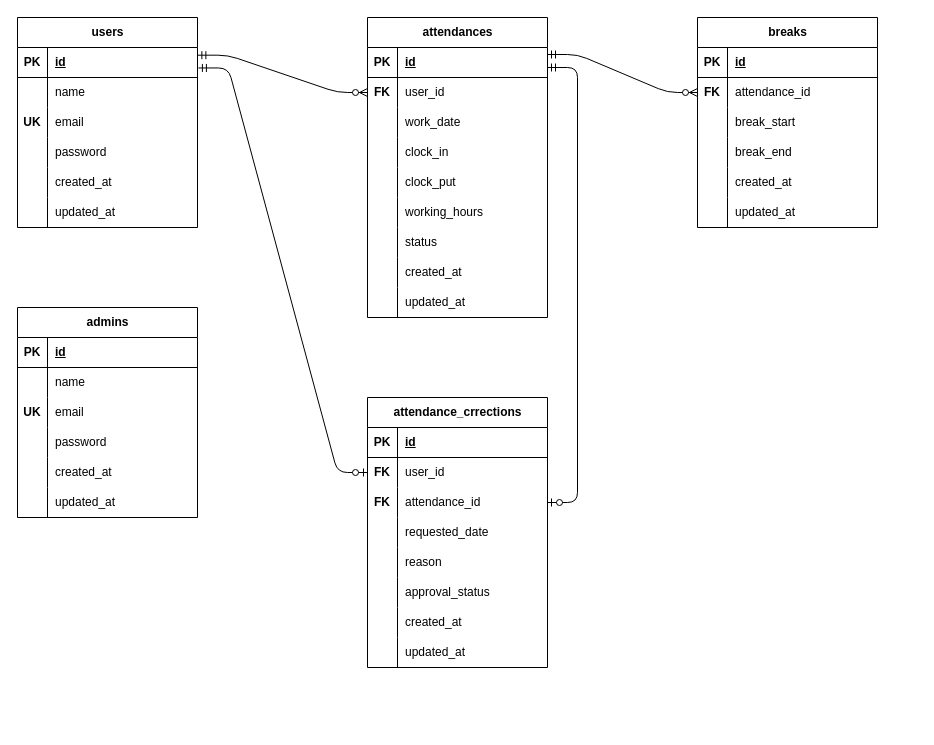
Before: erd.drawio in hktooooo/kintai-app, a draw.io diagram. Source tidied: cells renumbered, new cells numbered last; positions are measured from the earlier drawing's top-left corner, leaving out a move shared by most shapes. Both pictures are drawn from the tidied source at 100%, with x=0, y=0 at pixel (17, 17).
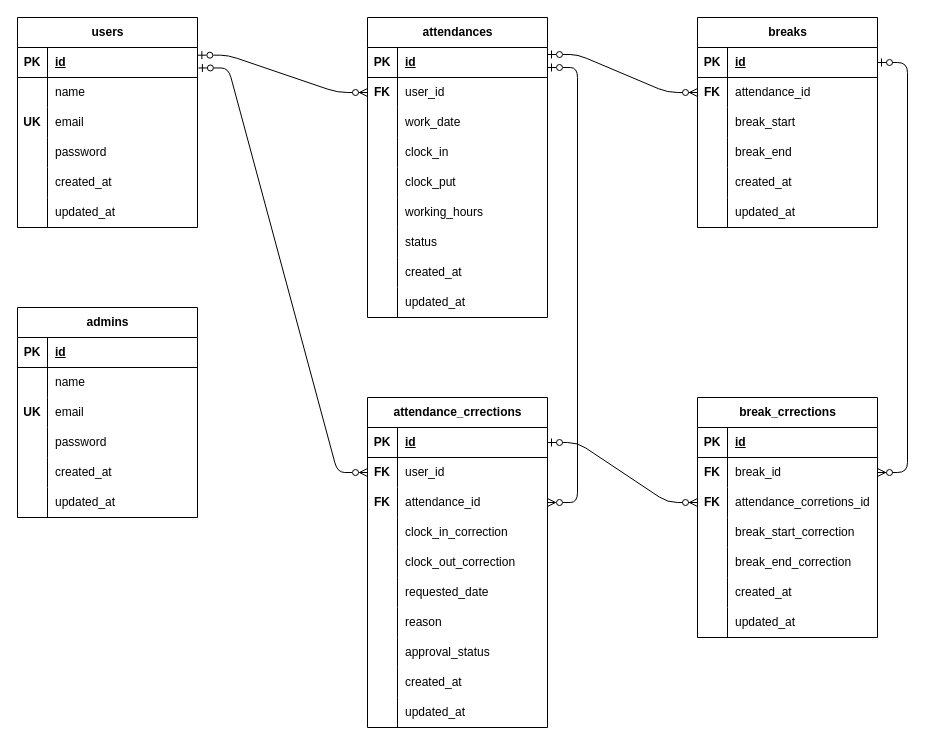
The same diagram, later.

The change refers to these unchanged cells:
```xml
<mxCell id="3" style="shape=tableRow;horizontal=0;startSize=0;swimlaneHead=0;swimlaneBody=0;fillColor=none;points=[[0,0.5],[1,0.5]];portConstraint=eastwest;top=0;left=0;right=0;bottom=1;" parent="2" vertex="1">
  <mxGeometry y="30" width="180" height="30" as="geometry" />
</mxCell>
<mxCell id="25" style="shape=tableRow;horizontal=0;startSize=0;swimlaneHead=0;swimlaneBody=0;fillColor=none;points=[[0,0.5],[1,0.5]];portConstraint=eastwest;top=0;left=0;right=0;bottom=0;" parent="21" vertex="1">
  <mxGeometry y="60" width="180" height="30" as="geometry" />
</mxCell>
<mxCell id="50" style="shape=tableRow;horizontal=0;startSize=0;swimlaneHead=0;swimlaneBody=0;fillColor=none;points=[[0,0.5],[1,0.5]];portConstraint=eastwest;top=0;left=0;right=0;bottom=1;" parent="49" vertex="1">
  <mxGeometry y="30" width="180" height="30" as="geometry" />
</mxCell>
<mxCell id="53" style="shape=tableRow;horizontal=0;startSize=0;swimlaneHead=0;swimlaneBody=0;fillColor=none;points=[[0,0.5],[1,0.5]];portConstraint=eastwest;top=0;left=0;right=0;bottom=0;" parent="49" vertex="1">
  <mxGeometry y="60" width="180" height="30" as="geometry" />
</mxCell>
<mxCell id="69" style="shape=tableRow;horizontal=0;startSize=0;swimlaneHead=0;swimlaneBody=0;fillColor=none;points=[[0,0.5],[1,0.5]];portConstraint=eastwest;top=0;left=0;right=0;bottom=1;" parent="68" vertex="1">
  <mxGeometry y="30" width="180" height="30" as="geometry" />
</mxCell>
<mxCell id="75" style="shape=tableRow;horizontal=0;startSize=0;swimlaneHead=0;swimlaneBody=0;fillColor=none;points=[[0,0.5],[1,0.5]];portConstraint=eastwest;top=0;left=0;right=0;bottom=0;" parent="68" vertex="1">
  <mxGeometry y="90" width="180" height="30" as="geometry" />
</mxCell>
```

What changed in the source:
```diff
@@
     <mxCell id="68" value="attendance_crrections" style="shape=table;startSize=30;childLayout=tableLayout;rowLines=0;fontStyle=1;align=center;html=1;" parent="1" vertex="1">
-      <mxGeometry x="350" y="380" width="180" height="270" as="geometry" />
+      <mxGeometry x="350" y="380" width="180" height="330" as="geometry" />
     </mxCell>
@@
+    <mxCell id="116" style="shape=tableRow;horizontal=0;startSize=0;swimlaneHead=0;swimlaneBody=0;fillColor=none;top=0;left=0;right=0;bottom=0;" parent="68" vertex="1">
+      <mxGeometry y="120" width="180" height="30" as="geometry" />
+    </mxCell>
+    <mxCell id="117" style="shape=partialRectangle;fillColor=none;top=0;left=0;bottom=0;right=0;overflow=hidden;whiteSpace=wrap;html=1;" parent="116" vertex="1">
+      <mxGeometry width="30" height="30" as="geometry" />
+    </mxCell>
+    <mxCell id="118" value="clock_in_correction" style="shape=partialRectangle;fillColor=none;top=0;left=0;bottom=0;right=0;align=left;spacingLeft=6;overflow=hidden;whiteSpace=wrap;html=1;" parent="116" vertex="1">
+      <mxGeometry x="30" width="150" height="30" as="geometry" />
+    </mxCell>
+    <mxCell id="119" style="shape=tableRow;horizontal=0;startSize=0;swimlaneHead=0;swimlaneBody=0;fillColor=none;top=0;left=0;right=0;bottom=0;" parent="68" vertex="1">
+      <mxGeometry y="150" width="180" height="30" as="geometry" />
+    </mxCell>
+    <mxCell id="120" style="shape=partialRectangle;fillColor=none;top=0;left=0;bottom=0;right=0;overflow=hidden;whiteSpace=wrap;html=1;" parent="119" vertex="1">
+      <mxGeometry width="30" height="30" as="geometry" />
+    </mxCell>
+    <mxCell id="121" value="clock_out_correction" style="shape=partialRectangle;fillColor=none;top=0;left=0;bottom=0;right=0;align=left;spacingLeft=6;overflow=hidden;whiteSpace=wrap;html=1;" parent="119" vertex="1">
+      <mxGeometry x="30" width="150" height="30" as="geometry" />
+    </mxCell>
     <mxCell id="78" style="shape=tableRow;horizontal=0;startSize=0;swimlaneHead=0;swimlaneBody=0;fillColor=none;top=0;left=0;right=0;bottom=0;" parent="68" vertex="1">
-      <mxGeometry y="120" width="180" height="30" as="geometry" />
+      <mxGeometry y="180" width="180" height="30" as="geometry" />
     </mxCell>
@@
     <mxCell id="81" style="shape=tableRow;horizontal=0;startSize=0;swimlaneHead=0;swimlaneBody=0;fillColor=none;top=0;left=0;right=0;bottom=0;" parent="68" vertex="1">
-      <mxGeometry y="150" width="180" height="30" as="geometry" />
+      <mxGeometry y="210" width="180" height="30" as="geometry" />
     </mxCell>
@@
     <mxCell id="84" style="shape=tableRow;horizontal=0;startSize=0;swimlaneHead=0;swimlaneBody=0;fillColor=none;top=0;left=0;right=0;bottom=0;" parent="68" vertex="1">
-      <mxGeometry y="180" width="180" height="30" as="geometry" />
+      <mxGeometry y="240" width="180" height="30" as="geometry" />
     </mxCell>
@@
     <mxCell id="87" style="shape=tableRow;horizontal=0;startSize=0;swimlaneHead=0;swimlaneBody=0;fillColor=none;top=0;left=0;right=0;bottom=0;" parent="68" vertex="1">
-      <mxGeometry y="210" width="180" height="30" as="geometry" />
+      <mxGeometry y="270" width="180" height="30" as="geometry" />
     </mxCell>
@@
     <mxCell id="90" style="shape=tableRow;horizontal=0;startSize=0;swimlaneHead=0;swimlaneBody=0;fillColor=none;top=0;left=0;right=0;bottom=0;" parent="68" vertex="1">
-      <mxGeometry y="240" width="180" height="30" as="geometry" />
+      <mxGeometry y="300" width="180" height="30" as="geometry" />
     </mxCell>
@@
-    <mxCell id="93" style="edgeStyle=entityRelationEdgeStyle;fontSize=12;html=1;endArrow=ERzeroToMany;startArrow=ERmandOne;entryX=0;entryY=0.5;entryDx=0;entryDy=0;exitX=1.002;exitY=0.256;exitDx=0;exitDy=0;exitPerimeter=0;" parent="1" edge="1" source="3" target="25">
+    <mxCell id="93" style="edgeStyle=entityRelationEdgeStyle;fontSize=12;html=1;endArrow=ERzeroToMany;startArrow=ERzeroToOne;entryX=0;entryY=0.5;entryDx=0;entryDy=0;exitX=1.002;exitY=0.256;exitDx=0;exitDy=0;exitPerimeter=0;startFill=0;" parent="1" edge="1" source="3" target="25">
       <mxGeometry relative="1" as="geometry" />
     </mxCell>
-    <mxCell id="94" style="edgeStyle=entityRelationEdgeStyle;fontSize=12;html=1;endArrow=ERzeroToMany;startArrow=ERmandOne;entryX=0;entryY=0.5;entryDx=0;entryDy=0;" parent="1" edge="1" target="53">
+    <mxCell id="94" style="edgeStyle=entityRelationEdgeStyle;fontSize=12;html=1;endArrow=ERzeroToMany;startArrow=ERzeroToOne;entryX=0;entryY=0.5;entryDx=0;entryDy=0;startFill=0;" parent="1" edge="1" target="53">
       <mxGeometry relative="1" as="geometry">
         <mxPoint x="530" y="37" as="sourcePoint" />
       </mxGeometry>
     </mxCell>
@@
-    <mxCell id="114" style="edgeStyle=entityRelationEdgeStyle;fontSize=12;html=1;endArrow=ERzeroToOne;startArrow=ERmandOne;" parent="1" edge="1" target="75">
+    <mxCell id="114" style="edgeStyle=entityRelationEdgeStyle;fontSize=12;html=1;endArrow=ERzeroToMany;startArrow=ERzeroToOne;endFill=0;startFill=0;" parent="1" edge="1" target="75">
       <mxGeometry relative="1" as="geometry">
         <mxPoint x="530" y="50" as="sourcePoint" />
       </mxGeometry>
     </mxCell>
-    <mxCell id="115" style="edgeStyle=entityRelationEdgeStyle;fontSize=12;html=1;endArrow=ERzeroToOne;startArrow=ERmandOne;exitX=1.005;exitY=0.682;exitDx=0;exitDy=0;exitPerimeter=0;" parent="1" edge="1" source="3">
+    <mxCell id="115" style="edgeStyle=entityRelationEdgeStyle;fontSize=12;html=1;endArrow=ERzeroToMany;startArrow=ERzeroToOne;exitX=1.005;exitY=0.682;exitDx=0;exitDy=0;exitPerimeter=0;endFill=0;startFill=0;" parent="1" edge="1" source="3">
       <mxGeometry relative="1" as="geometry">
         <mxPoint x="350" y="455" as="targetPoint" />
       </mxGeometry>
     </mxCell>
+    <mxCell id="122" value="break_crrections" style="shape=table;startSize=30;childLayout=tableLayout;rowLines=0;fontStyle=1;align=center;html=1;" parent="1" vertex="1">
+      <mxGeometry x="680" y="380" width="180" height="240" as="geometry" />
+    </mxCell>
+    <mxCell id="123" style="shape=tableRow;horizontal=0;startSize=0;swimlaneHead=0;swimlaneBody=0;fillColor=none;top=0;left=0;right=0;bottom=1;" parent="122" vertex="1">
+      <mxGeometry y="30" width="180" height="30" as="geometry" />
+    </mxCell>
+    <mxCell id="124" value="PK" style="shape=partialRectangle;fillColor=none;top=0;left=0;bottom=0;right=0;fontStyle=1;overflow=hidden;whiteSpace=wrap;html=1;" parent="123" vertex="1">
+      <mxGeometry width="30" height="30" as="geometry" />
+    </mxCell>
+    <mxCell id="125" value="id" style="shape=partialRectangle;fillColor=none;top=0;left=0;bottom=0;right=0;align=left;spacingLeft=6;fontStyle=5;overflow=hidden;whiteSpace=wrap;html=1;" parent="123" vertex="1">
+      <mxGeometry x="30" width="150" height="30" as="geometry" />
+    </mxCell>
+    <mxCell id="126" style="shape=tableRow;horizontal=0;startSize=0;swimlaneHead=0;swimlaneBody=0;fillColor=none;points=[[0,0.5],[1,0.5]];portConstraint=eastwest;top=0;left=0;right=0;bottom=0;" parent="122" vertex="1">
+      <mxGeometry y="60" width="180" height="30" as="geometry" />
+    </mxCell>
+    <mxCell id="127" value="&lt;b&gt;FK&lt;/b&gt;" style="shape=partialRectangle;fillColor=none;top=0;left=0;bottom=0;right=0;overflow=hidden;whiteSpace=wrap;html=1;" parent="126" vertex="1">
+      <mxGeometry width="30" height="30" as="geometry" />
+    </mxCell>
+    <mxCell id="128" value="break_id" style="shape=partialRectangle;fillColor=none;top=0;left=0;bottom=0;right=0;align=left;spacingLeft=6;overflow=hidden;whiteSpace=wrap;html=1;" parent="126" vertex="1">
+      <mxGeometry x="30" width="150" height="30" as="geometry" />
+    </mxCell>
+    <mxCell id="129" style="shape=tableRow;horizontal=0;startSize=0;swimlaneHead=0;swimlaneBody=0;fillColor=none;points=[[0,0.5],[1,0.5]];portConstraint=eastwest;top=0;left=0;right=0;bottom=0;" parent="122" vertex="1">
+      <mxGeometry y="90" width="180" height="30" as="geometry" />
+    </mxCell>
+    <mxCell id="130" value="&lt;b&gt;FK&lt;/b&gt;" style="shape=partialRectangle;fillColor=none;top=0;left=0;bottom=0;right=0;overflow=hidden;whiteSpace=wrap;html=1;" parent="129" vertex="1">
+      <mxGeometry width="30" height="30" as="geometry" />
+    </mxCell>
+    <mxCell id="131" value="&lt;span style=&quot;color: rgb(0, 0, 0);&quot;&gt;attendance_corretions_id&lt;/span&gt;" style="shape=partialRectangle;fillColor=none;top=0;left=0;bottom=0;right=0;align=left;spacingLeft=6;overflow=hidden;whiteSpace=wrap;html=1;" parent="129" vertex="1">
+      <mxGeometry x="30" width="150" height="30" as="geometry" />
+    </mxCell>
+    <mxCell id="132" style="shape=tableRow;horizontal=0;startSize=0;swimlaneHead=0;swimlaneBody=0;fillColor=none;top=0;left=0;right=0;bottom=0;" parent="122" vertex="1">
+      <mxGeometry y="120" width="180" height="30" as="geometry" />
+    </mxCell>
+    <mxCell id="133" style="shape=partialRectangle;fillColor=none;top=0;left=0;bottom=0;right=0;overflow=hidden;whiteSpace=wrap;html=1;" parent="132" vertex="1">
+      <mxGeometry width="30" height="30" as="geometry" />
+    </mxCell>
+    <mxCell id="134" value="&lt;span style=&quot;color: rgb(0, 0, 0);&quot;&gt;break_start_correction&lt;/span&gt;" style="shape=partialRectangle;fillColor=none;top=0;left=0;bottom=0;right=0;align=left;spacingLeft=6;overflow=hidden;whiteSpace=wrap;html=1;" parent="132" vertex="1">
+      <mxGeometry x="30" width="150" height="30" as="geometry" />
+    </mxCell>
+    <mxCell id="135" style="shape=tableRow;horizontal=0;startSize=0;swimlaneHead=0;swimlaneBody=0;fillColor=none;top=0;left=0;right=0;bottom=0;" parent="122" vertex="1">
+      <mxGeometry y="150" width="180" height="30" as="geometry" />
+    </mxCell>
+    <mxCell id="136" style="shape=partialRectangle;fillColor=none;top=0;left=0;bottom=0;right=0;overflow=hidden;whiteSpace=wrap;html=1;" parent="135" vertex="1">
+      <mxGeometry width="30" height="30" as="geometry" />
+    </mxCell>
+    <mxCell id="137" value="&lt;span style=&quot;color: rgb(0, 0, 0);&quot;&gt;break_end_correction&lt;/span&gt;" style="shape=partialRectangle;fillColor=none;top=0;left=0;bottom=0;right=0;align=left;spacingLeft=6;overflow=hidden;whiteSpace=wrap;html=1;" parent="135" vertex="1">
+      <mxGeometry x="30" width="150" height="30" as="geometry" />
+    </mxCell>
+    <mxCell id="138" style="shape=tableRow;horizontal=0;startSize=0;swimlaneHead=0;swimlaneBody=0;fillColor=none;top=0;left=0;right=0;bottom=0;" parent="122" vertex="1">
+      <mxGeometry y="180" width="180" height="30" as="geometry" />
+    </mxCell>
+    <mxCell id="139" style="shape=partialRectangle;fillColor=none;top=0;left=0;bottom=0;right=0;overflow=hidden;whiteSpace=wrap;html=1;" parent="138" vertex="1">
+      <mxGeometry width="30" height="30" as="geometry" />
+    </mxCell>
+    <mxCell id="140" value="created_at" style="shape=partialRectangle;fillColor=none;top=0;left=0;bottom=0;right=0;align=left;spacingLeft=6;overflow=hidden;whiteSpace=wrap;html=1;" parent="138" vertex="1">
+      <mxGeometry x="30" width="150" height="30" as="geometry" />
+    </mxCell>
+    <mxCell id="141" style="shape=tableRow;horizontal=0;startSize=0;swimlaneHead=0;swimlaneBody=0;fillColor=none;top=0;left=0;right=0;bottom=0;" parent="122" vertex="1">
+      <mxGeometry y="210" width="180" height="30" as="geometry" />
+    </mxCell>
+    <mxCell id="142" style="shape=partialRectangle;fillColor=none;top=0;left=0;bottom=0;right=0;overflow=hidden;whiteSpace=wrap;html=1;" parent="141" vertex="1">
+      <mxGeometry width="30" height="30" as="geometry" />
+    </mxCell>
+    <mxCell id="143" value="updated_at" style="shape=partialRectangle;fillColor=none;top=0;left=0;bottom=0;right=0;align=left;spacingLeft=6;overflow=hidden;whiteSpace=wrap;html=1;" parent="141" vertex="1">
+      <mxGeometry x="30" width="150" height="30" as="geometry" />
+    </mxCell>
+    <mxCell id="144" style="edgeStyle=entityRelationEdgeStyle;fontSize=12;html=1;endArrow=ERzeroToMany;startArrow=ERzeroToOne;entryX=0;entryY=0.5;entryDx=0;entryDy=0;exitX=1;exitY=0.5;exitDx=0;exitDy=0;" parent="1" edge="1" source="69" target="129">
+      <mxGeometry relative="1" as="geometry" />
+    </mxCell>
+    <mxCell id="145" style="edgeStyle=entityRelationEdgeStyle;fontSize=12;html=1;endArrow=ERzeroToMany;startArrow=ERzeroToOne;exitX=1;exitY=0.5;exitDx=0;exitDy=0;" parent="1" edge="1" source="50" target="126">
+      <mxGeometry relative="1" as="geometry" />
+    </mxCell>
```
